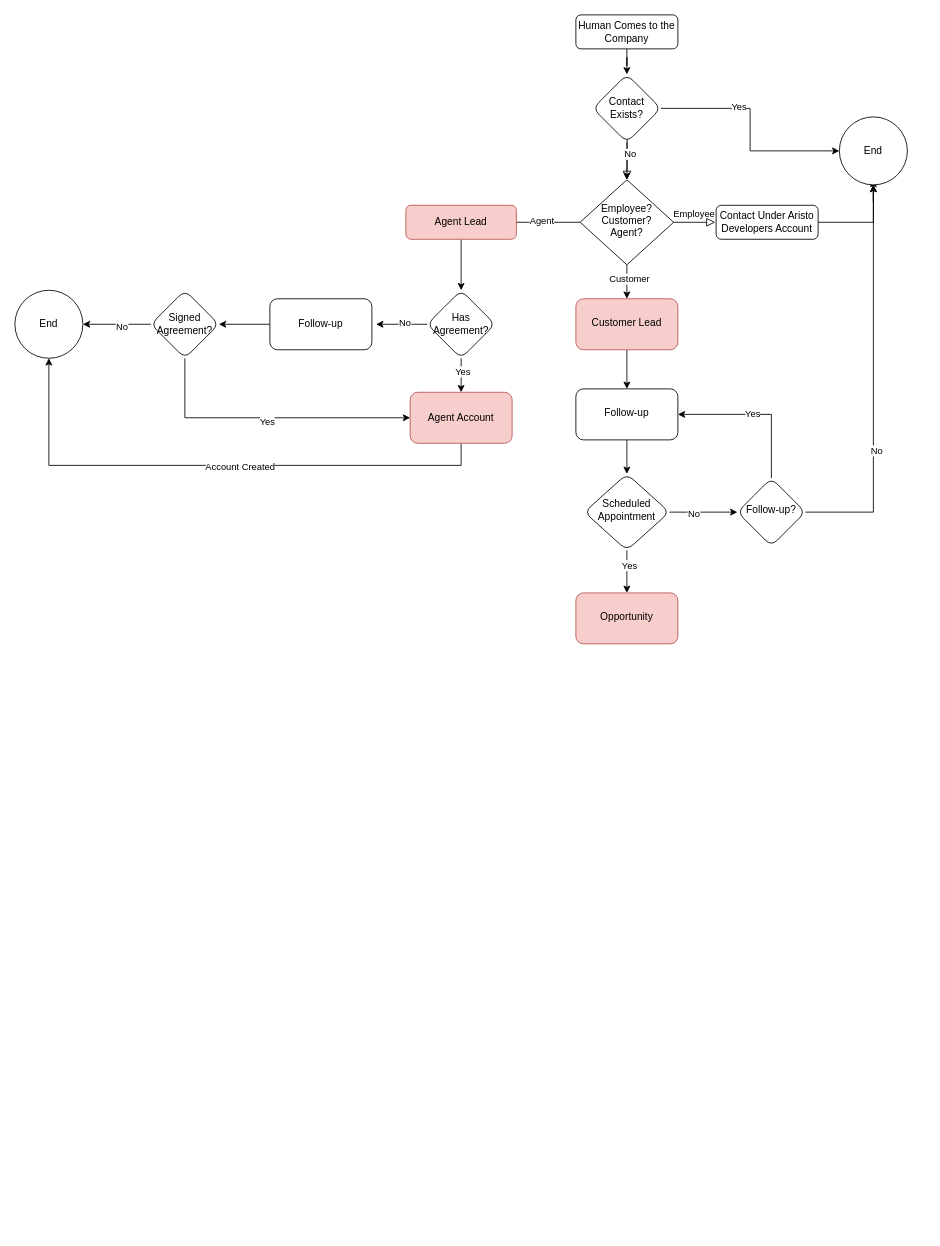
The draw.io diagram Untitled Diagram.drawio in charilaouc/a, before the edit. Source tidied: cells renumbered, new cells numbered last; positions are measured from the earlier drawing's top-left corner, leaving out a move shared by most shapes. Both pictures are drawn from the tidied source at 85%, with x=0, y=0 at pixel (14, 14).
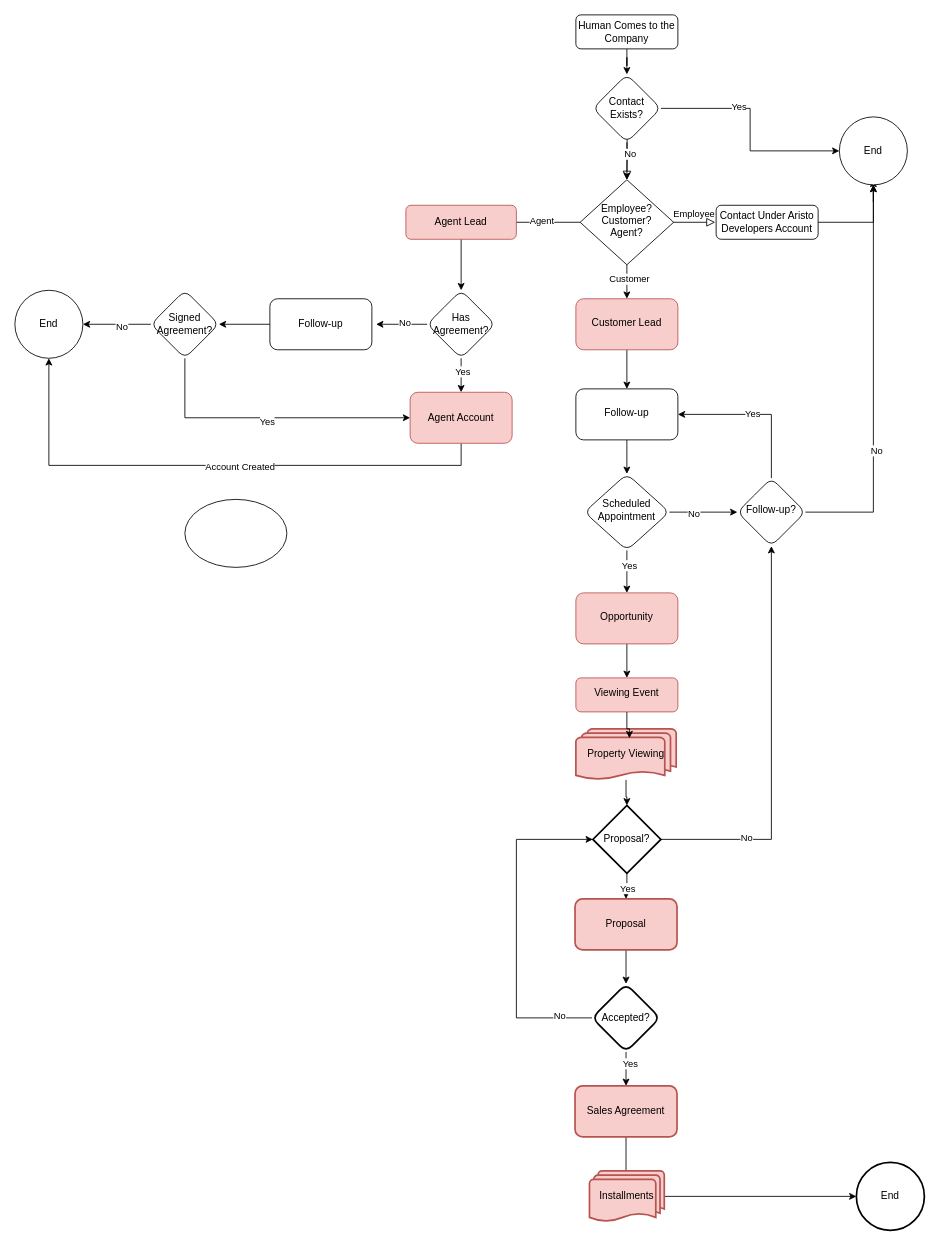
The same page after the edit.

Unchanged cells that the change refers to:
```xml
<mxCell id="51" value="Follow-up?" style="rhombus;whiteSpace=wrap;html=1;rounded=1;shadow=0;strokeWidth=1;spacing=6;spacingTop=-4;" parent="1" vertex="1">
  <mxGeometry x="850" y="545" width="80" height="80" as="geometry" />
</mxCell>
<mxCell id="52" value="Opportunity" style="whiteSpace=wrap;html=1;rounded=1;shadow=0;strokeWidth=1;spacing=6;spacingTop=-4;fillColor=#f8cecc;strokeColor=#b85450;" parent="1" vertex="1">
  <mxGeometry x="660" y="680" width="120" height="60" as="geometry" />
</mxCell>
```

Diff of the diagram source:
```diff
@@
+    <mxCell id="53" style="edgeStyle=orthogonalEdgeStyle;rounded=0;jettySize=auto;html=1;" parent="1" edge="1" source="52" target="54">
+      <mxGeometry relative="1" as="geometry" />
+    </mxCell>
@@
+    <mxCell id="54" value="Viewing Event" style="rounded=1;whiteSpace=wrap;html=1;fillColor=#f8cecc;strokeColor=#b85450;shadow=0;strokeWidth=1;spacing=6;spacingTop=-4;" parent="1" vertex="1">
+      <mxGeometry x="660" y="780" width="120" height="40" as="geometry" />
+    </mxCell>
+    <mxCell id="55" style="edgeStyle=orthogonalEdgeStyle;rounded=0;jettySize=auto;html=1;" parent="1" edge="1" source="56" target="62">
+      <mxGeometry relative="1" as="geometry" />
+    </mxCell>
+    <mxCell id="56" value="Property Viewing" style="strokeWidth=2;html=1;shape=mxgraph.flowchart.multi-document;whiteSpace=wrap;fillColor=#f8cecc;strokeColor=#b85450;" parent="1" vertex="1">
+      <mxGeometry x="660" y="840" width="118" height="60" as="geometry" />
+    </mxCell>
+    <mxCell id="57" style="edgeStyle=orthogonalEdgeStyle;rounded=0;jettySize=auto;html=1;entryX=0.534;entryY=0.183;entryDx=0;entryDy=0;entryPerimeter=0;" parent="1" edge="1" source="54" target="56">
+      <mxGeometry relative="1" as="geometry" />
+    </mxCell>
+    <mxCell id="58" style="edgeStyle=orthogonalEdgeStyle;rounded=0;jettySize=auto;html=1;exitX=1;exitY=0.5;exitDx=0;exitDy=0;entryX=0.5;entryY=1;entryDx=0;entryDy=0;" parent="1" edge="1" source="62" target="51">
+      <mxGeometry relative="1" as="geometry" />
+    </mxCell>
+    <mxCell id="59" value="No" style="edgeLabel;html=1;align=center;verticalAlign=middle;" parent="58" vertex="1">
+      <mxGeometry x="-0.58" y="3" relative="1" as="geometry" />
+    </mxCell>
+    <mxCell id="60" style="edgeStyle=orthogonalEdgeStyle;rounded=0;jettySize=auto;html=1;" parent="1" edge="1" source="62" target="64">
+      <mxGeometry relative="1" as="geometry" />
+    </mxCell>
+    <mxCell id="61" value="Yes" style="edgeLabel;html=1;align=center;verticalAlign=middle;" parent="60" vertex="1">
+      <mxGeometry x="0.1" relative="1" as="geometry" />
+    </mxCell>
+    <mxCell id="62" value="Proposal?" style="rhombus;whiteSpace=wrap;html=1;strokeWidth=2;" parent="1" vertex="1">
+      <mxGeometry x="680" y="930" width="80" height="80" as="geometry" />
+    </mxCell>
+    <mxCell id="63" style="edgeStyle=orthogonalEdgeStyle;rounded=0;jettySize=auto;html=1;" parent="1" edge="1" source="64" target="69">
+      <mxGeometry relative="1" as="geometry" />
+    </mxCell>
+    <mxCell id="64" value="Proposal" style="rounded=1;whiteSpace=wrap;html=1;strokeWidth=2;fillColor=#f8cecc;strokeColor=#b85450;" parent="1" vertex="1">
+      <mxGeometry x="659" y="1040" width="120" height="60" as="geometry" />
+    </mxCell>
+    <mxCell id="65" style="edgeStyle=orthogonalEdgeStyle;rounded=0;jettySize=auto;html=1;entryX=0;entryY=0.5;entryDx=0;entryDy=0;" parent="1" edge="1" source="69" target="62">
+      <mxGeometry relative="1" as="geometry">
+        <Array as="points">
+          <mxPoint x="590" y="1180" />
+          <mxPoint x="590" y="970" />
+        </Array>
+      </mxGeometry>
+    </mxCell>
+    <mxCell id="66" value="No" style="edgeLabel;html=1;align=center;verticalAlign=middle;" parent="65" vertex="1">
+      <mxGeometry x="-0.8" y="-3" relative="1" as="geometry" />
+    </mxCell>
+    <mxCell id="67" style="edgeStyle=orthogonalEdgeStyle;rounded=0;jettySize=auto;html=1;" parent="1" edge="1" source="69" target="71">
+      <mxGeometry relative="1" as="geometry" />
+    </mxCell>
+    <mxCell id="68" value="Yes" style="edgeLabel;html=1;align=center;verticalAlign=middle;" parent="67" vertex="1">
+      <mxGeometry x="-0.35" y="4" relative="1" as="geometry" />
+    </mxCell>
+    <mxCell id="69" value="Accepted?" style="rhombus;whiteSpace=wrap;html=1;rounded=1;strokeWidth=2;" parent="1" vertex="1">
+      <mxGeometry x="679" y="1140" width="80" height="80" as="geometry" />
+    </mxCell>
+    <mxCell id="70" style="edgeStyle=orthogonalEdgeStyle;rounded=0;jettySize=auto;html=1;" parent="1" edge="1" source="71">
+      <mxGeometry relative="1" as="geometry">
+        <mxPoint x="719" y="1400" as="targetPoint" />
+      </mxGeometry>
+    </mxCell>
+    <mxCell id="71" value="Sales Agreement" style="whiteSpace=wrap;html=1;rounded=1;strokeWidth=2;fillColor=#f8cecc;strokeColor=#b85450;" parent="1" vertex="1">
+      <mxGeometry x="659" y="1260" width="120" height="60" as="geometry" />
+    </mxCell>
+    <mxCell id="72" style="edgeStyle=orthogonalEdgeStyle;rounded=0;jettySize=auto;html=1;" parent="1" edge="1" source="73" target="74">
+      <mxGeometry relative="1" as="geometry" />
+    </mxCell>
+    <mxCell id="73" value="Installments" style="strokeWidth=2;html=1;shape=mxgraph.flowchart.multi-document;whiteSpace=wrap;fillColor=#f8cecc;strokeColor=#b85450;" parent="1" vertex="1">
+      <mxGeometry x="676" y="1360" width="88" height="60" as="geometry" />
+    </mxCell>
+    <mxCell id="74" value="End" style="ellipse;whiteSpace=wrap;html=1;strokeWidth=2;" parent="1" vertex="1">
+      <mxGeometry x="990" y="1350" width="80" height="80" as="geometry" />
+    </mxCell>
+    <mxCell id="75" style="ellipse;whiteSpace=wrap;html=1;" parent="1" vertex="1">
+      <mxGeometry x="200" y="570" width="120" height="80" as="geometry" />
+    </mxCell>
```
